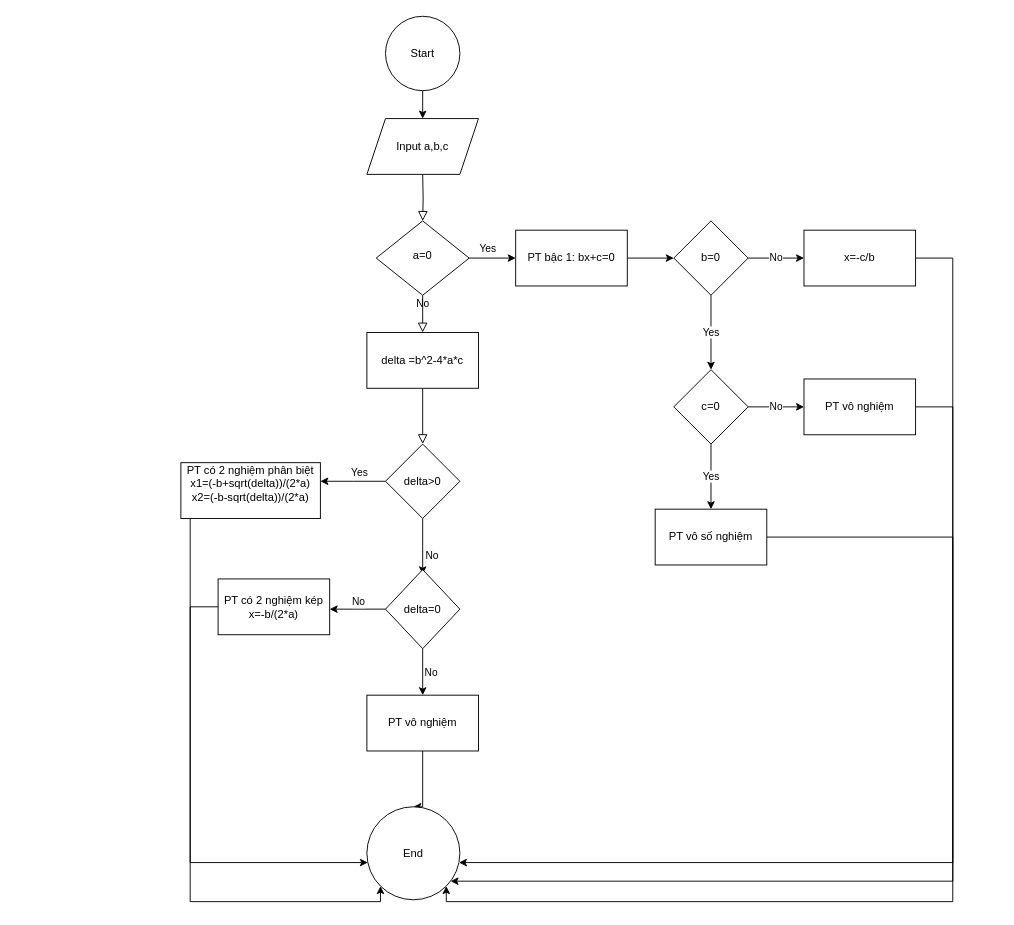
31231025039/24C1INF50900501-CT2 keeps this draw.io diagram as PT bậc 2.drawio. Above is the earlier version. Source tidied: cells renumbered, new cells numbered last; positions are measured from the earlier drawing's top-left corner, leaving out a move shared by most shapes. Both pictures are drawn from the tidied source at 93%, with x=0, y=0 at pixel (180, 16).
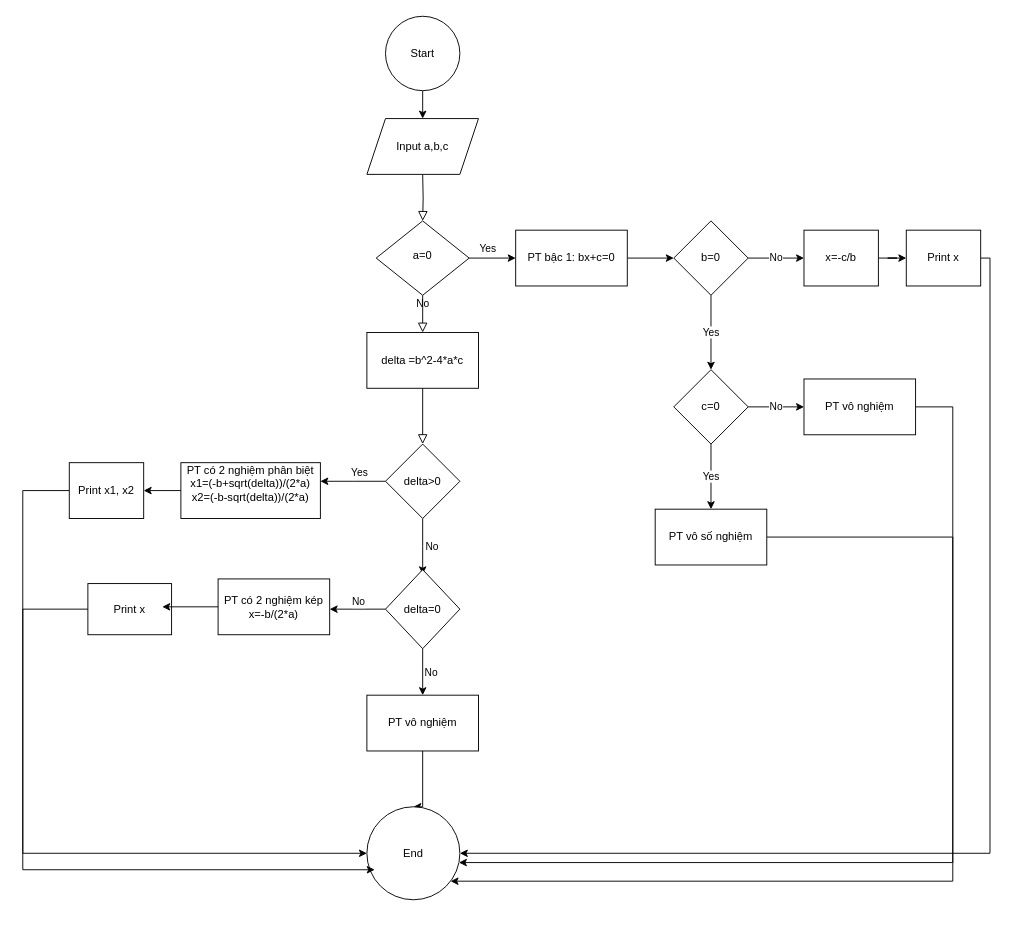
After the change.

Unchanged cells that the change refers to:
```xml
<mxCell id="11" value="delta&amp;gt;0" style="rhombus;whiteSpace=wrap;html=1;" parent="1" vertex="1">
  <mxGeometry x="220" y="460" width="80" height="80" as="geometry" />
</mxCell>
<mxCell id="14" value="PT có 2 nghiệm phân biệt&lt;div&gt;x1=(-b+sqrt(delta))/(2*a)&lt;/div&gt;&lt;div&gt;x2=(-b-sqrt(delta))/(2*a)&lt;br&gt;&lt;div&gt;&lt;br&gt;&lt;/div&gt;&lt;/div&gt;" style="rounded=0;whiteSpace=wrap;html=1;" parent="1" vertex="1">
  <mxGeometry y="480" width="150" height="60" as="geometry" />
</mxCell>
<mxCell id="21" value="PT có 2 nghiệm kép&lt;div&gt;x=-b/(2*a)&lt;/div&gt;" style="rounded=0;whiteSpace=wrap;html=1;" parent="1" vertex="1">
  <mxGeometry x="40" y="605" width="120" height="60" as="geometry" />
</mxCell>
<mxCell id="22" value="End" style="ellipse;whiteSpace=wrap;html=1;" parent="1" vertex="1">
  <mxGeometry x="200" y="850" width="100" height="100" as="geometry" />
</mxCell>
```

Diff of the diagram source:
```diff
@@
     <mxCell id="8" value="No" style="edgeStyle=orthogonalEdgeStyle;rounded=0;jettySize=auto;html=1;exitX=0.5;exitY=1;exitDx=0;exitDy=0;" parent="1" edge="1" source="11">
-      <mxGeometry x="0.33" y="10" relative="1" as="geometry">
+      <mxGeometry x="0.01" y="10" relative="1" as="geometry">
         <mxPoint x="260" y="600" as="targetPoint" />
+        <mxPoint y="-1" as="offset" />
       </mxGeometry>
     </mxCell>
@@
-    <mxCell id="13" style="edgeStyle=orthogonalEdgeStyle;rounded=0;jettySize=auto;html=1;" parent="1" edge="1" source="14" target="22">
-      <mxGeometry relative="1" as="geometry">
-        <Array as="points">
-          <mxPoint x="10" y="910" />
-        </Array>
-      </mxGeometry>
-    </mxCell>
+    <mxCell id="39" style="edgeStyle=orthogonalEdgeStyle;rounded=0;jettySize=auto;html=1;" parent="1" edge="1" source="14" target="42">
+      <mxGeometry relative="1" as="geometry" />
+    </mxCell>
@@
-    <mxCell id="20" style="edgeStyle=orthogonalEdgeStyle;rounded=0;jettySize=auto;html=1;entryX=0;entryY=1;entryDx=0;entryDy=0;" parent="1" edge="1" source="21" target="22">
-      <mxGeometry relative="1" as="geometry">
-        <Array as="points">
-          <mxPoint x="10" y="635" />
-          <mxPoint x="10" y="952" />
-        </Array>
-      </mxGeometry>
-    </mxCell>
@@
-    <mxCell id="30" style="edgeStyle=orthogonalEdgeStyle;rounded=0;jettySize=auto;html=1;entryX=1;entryY=1;entryDx=0;entryDy=0;" parent="1" edge="1" source="31" target="22">
-      <mxGeometry relative="1" as="geometry">
-        <Array as="points">
-          <mxPoint x="830" y="260" />
-          <mxPoint x="830" y="952" />
-        </Array>
-      </mxGeometry>
-    </mxCell>
+    <mxCell id="40" style="edgeStyle=orthogonalEdgeStyle;rounded=0;jettySize=auto;html=1;entryX=0;entryY=0.5;entryDx=0;entryDy=0;" parent="1" edge="1" source="31" target="46">
+      <mxGeometry relative="1" as="geometry" />
+    </mxCell>
     <mxCell id="31" value="x=-c/b" style="rounded=0;whiteSpace=wrap;html=1;" parent="1" vertex="1">
-      <mxGeometry x="670" y="230" width="120" height="60" as="geometry" />
+      <mxGeometry x="670" y="230" width="80" height="60" as="geometry" />
     </mxCell>
@@
+    <mxCell id="41" style="edgeStyle=orthogonalEdgeStyle;rounded=0;jettySize=auto;html=1;" parent="1" edge="1" source="42" target="22">
+      <mxGeometry relative="1" as="geometry">
+        <Array as="points">
+          <mxPoint x="-170" y="510" />
+          <mxPoint x="-170" y="900" />
+        </Array>
+      </mxGeometry>
+    </mxCell>
+    <mxCell id="42" value="Print x1, x2" style="rounded=0;whiteSpace=wrap;html=1;" parent="1" vertex="1">
+      <mxGeometry x="-120" y="480" width="80" height="60" as="geometry" />
+    </mxCell>
+    <mxCell id="43" value="Print x" style="rounded=0;whiteSpace=wrap;html=1;" parent="1" vertex="1">
+      <mxGeometry x="-100" y="610" width="90" height="55" as="geometry" />
+    </mxCell>
+    <mxCell id="44" style="edgeStyle=orthogonalEdgeStyle;rounded=0;jettySize=auto;html=1;entryX=0.889;entryY=0.455;entryDx=0;entryDy=0;entryPerimeter=0;" parent="1" edge="1" source="21" target="43">
+      <mxGeometry relative="1" as="geometry" />
+    </mxCell>
+    <mxCell id="45" style="edgeStyle=orthogonalEdgeStyle;rounded=0;jettySize=auto;html=1;" parent="1" edge="1" source="46" target="22">
+      <mxGeometry relative="1" as="geometry">
+        <Array as="points">
+          <mxPoint x="870" y="260" />
+          <mxPoint x="870" y="900" />
+        </Array>
+      </mxGeometry>
+    </mxCell>
+    <mxCell id="46" value="Print x" style="rounded=0;whiteSpace=wrap;html=1;" parent="1" vertex="1">
+      <mxGeometry x="780" y="230" width="80" height="60" as="geometry" />
+    </mxCell>
+    <mxCell id="47" style="edgeStyle=orthogonalEdgeStyle;rounded=0;jettySize=auto;html=1;entryX=0.084;entryY=0.677;entryDx=0;entryDy=0;entryPerimeter=0;" parent="1" edge="1" source="43" target="22">
+      <mxGeometry relative="1" as="geometry">
+        <Array as="points">
+          <mxPoint x="-170" y="638" />
+          <mxPoint x="-170" y="918" />
+        </Array>
+      </mxGeometry>
+    </mxCell>
```
